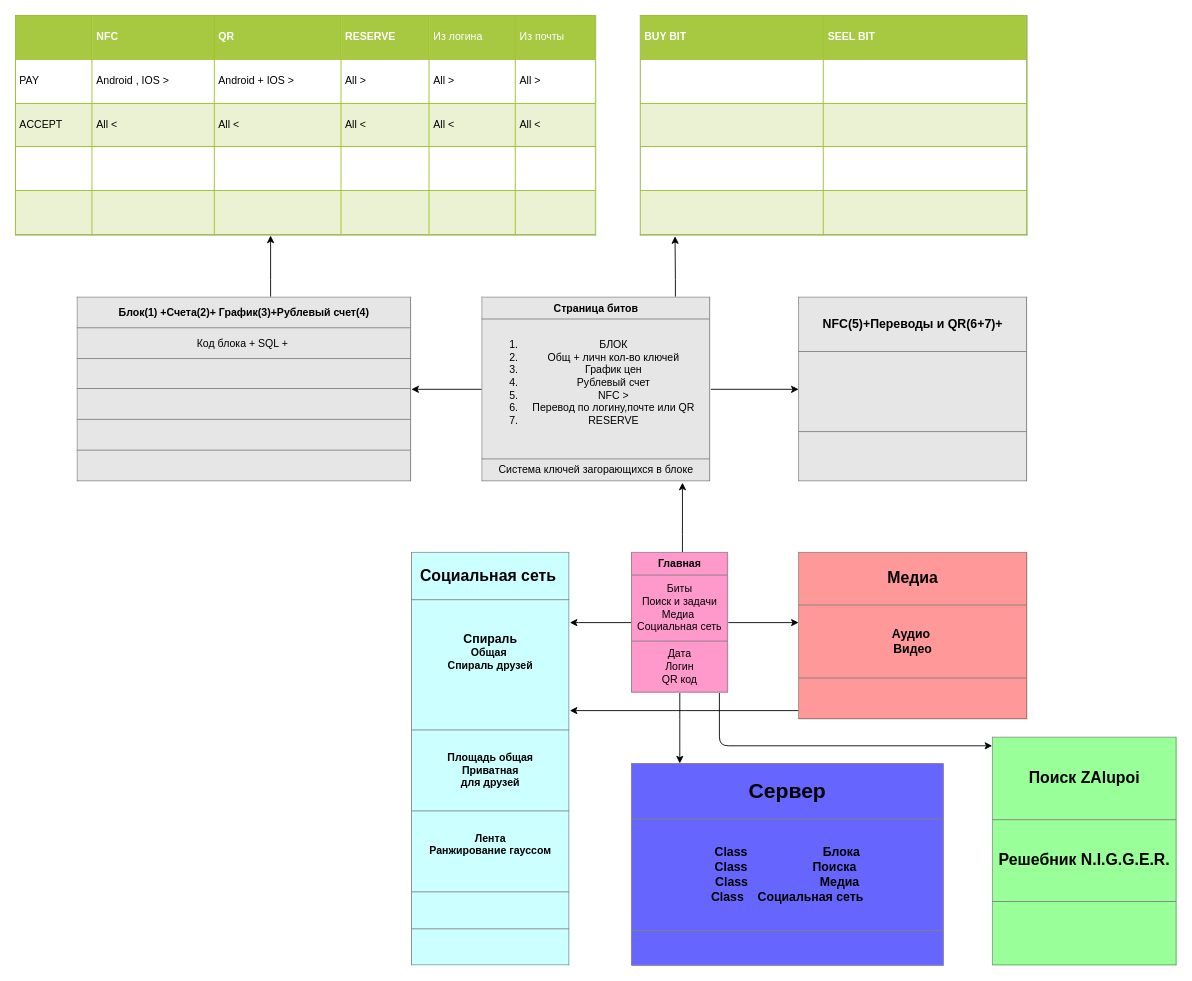
The draw.io diagram page "Page-1" (1 of 2) of Untitled Diagram.drawio in Process64/Project-Euler, before the edit. Source tidied: cells renumbered, new cells numbered last; positions are measured from the earlier drawing's top-left corner, leaving out a move shared by most shapes. Both pictures are drawn from the tidied source at 88%, with x=0, y=0 at pixel (15, 15).
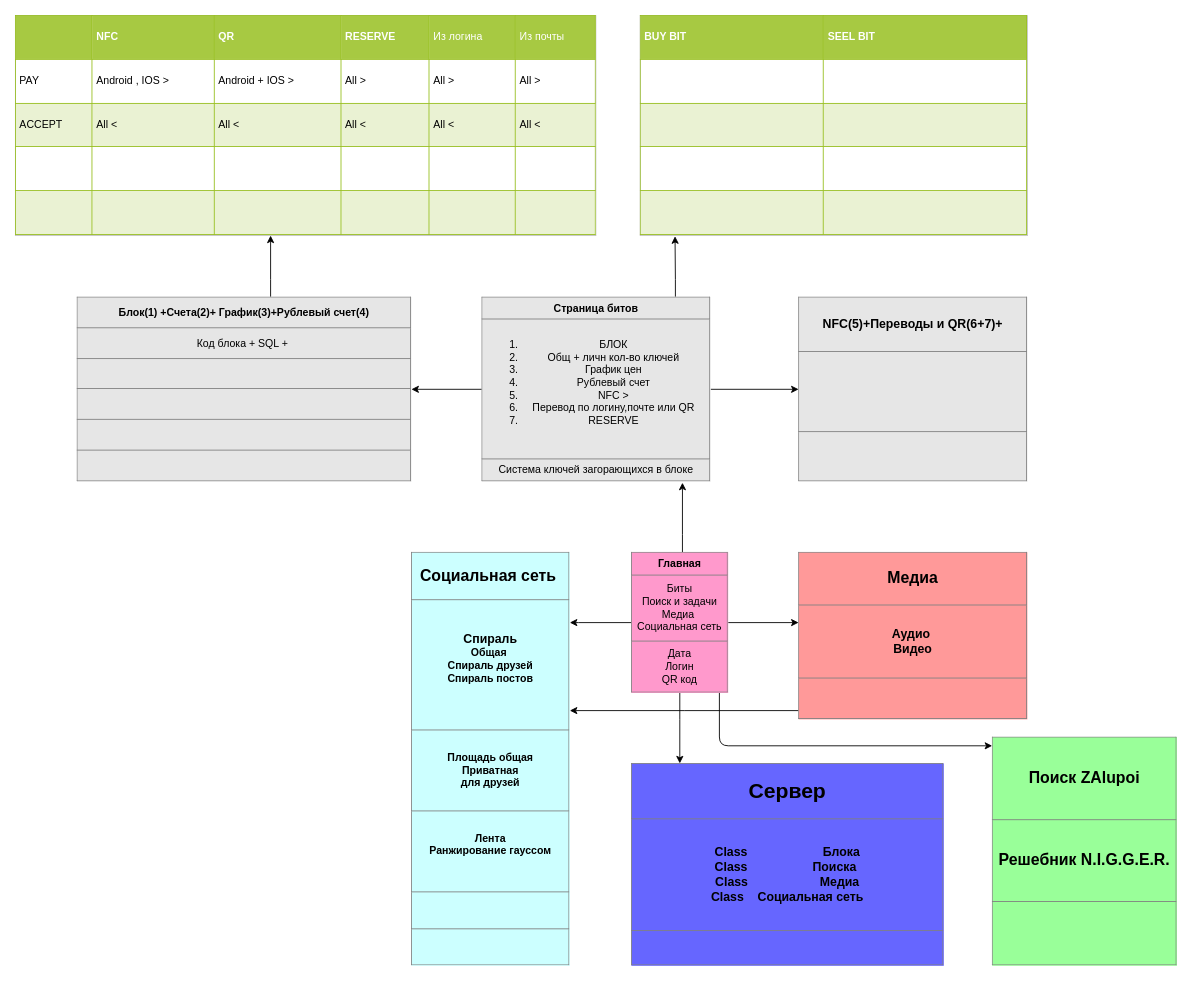
After the change.

What changed in the source:
```diff
@@
-    <mxCell id="17" value="&lt;table border=&quot;1&quot; width=&quot;100%&quot; cellpadding=&quot;4&quot; style=&quot;width: 100% ; height: 100% ; border-collapse: collapse&quot;&gt;&lt;tbody&gt;&lt;tr&gt;&lt;th align=&quot;center&quot;&gt;&lt;font style=&quot;font-size: 18px&quot;&gt;Социальная сеть&amp;nbsp;&lt;/font&gt;&lt;/th&gt;&lt;/tr&gt;&lt;tr&gt;&lt;td align=&quot;center&quot;&gt;&lt;b&gt;&lt;font style=&quot;font-size: 14px&quot;&gt;Спираль&lt;/font&gt;&lt;br&gt;Общая&amp;nbsp;&lt;br&gt;Спираль друзей&lt;br&gt;&lt;br&gt;&lt;br&gt;&lt;/b&gt;&lt;/td&gt;&lt;/tr&gt;&lt;tr&gt;&lt;td style=&quot;text-align: center&quot;&gt;&lt;b&gt;Площадь общая&lt;br&gt;Приватная&lt;br&gt;для друзей&lt;/b&gt;&lt;/td&gt;&lt;/tr&gt;&lt;tr&gt;&lt;td style=&quot;text-align: center&quot;&gt;&lt;b&gt;Лента&lt;br&gt;Ранжирование гауссом&lt;br&gt;&lt;br&gt;&lt;/b&gt;&lt;/td&gt;&lt;/tr&gt;&lt;tr&gt;&lt;td style=&quot;text-align: center&quot;&gt;&lt;br&gt;&lt;/td&gt;&lt;/tr&gt;&lt;tr&gt;&lt;td align=&quot;center&quot;&gt;&lt;br&gt;&lt;/td&gt;&lt;/tr&gt;&lt;/tbody&gt;&lt;/table&gt;" style="text;html=1;strokeColor=none;fillColor=#CCFFFF;overflow=fill;" parent="1" vertex="1">
+    <mxCell id="17" value="&lt;table border=&quot;1&quot; width=&quot;100%&quot; cellpadding=&quot;4&quot; style=&quot;width: 100% ; height: 100% ; border-collapse: collapse&quot;&gt;&lt;tbody&gt;&lt;tr&gt;&lt;th align=&quot;center&quot;&gt;&lt;font style=&quot;font-size: 18px&quot;&gt;Социальная сеть&amp;nbsp;&lt;/font&gt;&lt;/th&gt;&lt;/tr&gt;&lt;tr&gt;&lt;td align=&quot;center&quot;&gt;&lt;b&gt;&lt;font style=&quot;font-size: 14px&quot;&gt;Спираль&lt;/font&gt;&lt;br&gt;Общая&amp;nbsp;&lt;br&gt;Спираль друзей&lt;br&gt;Спираль постов&lt;br&gt;&lt;br&gt;&lt;/b&gt;&lt;/td&gt;&lt;/tr&gt;&lt;tr&gt;&lt;td style=&quot;text-align: center&quot;&gt;&lt;b&gt;Площадь общая&lt;br&gt;Приватная&lt;br&gt;для друзей&lt;/b&gt;&lt;/td&gt;&lt;/tr&gt;&lt;tr&gt;&lt;td style=&quot;text-align: center&quot;&gt;&lt;b&gt;Лента&lt;br&gt;Ранжирование гауссом&lt;br&gt;&lt;br&gt;&lt;/b&gt;&lt;/td&gt;&lt;/tr&gt;&lt;tr&gt;&lt;td style=&quot;text-align: center&quot;&gt;&lt;br&gt;&lt;/td&gt;&lt;/tr&gt;&lt;tr&gt;&lt;td align=&quot;center&quot;&gt;&lt;br&gt;&lt;/td&gt;&lt;/tr&gt;&lt;/tbody&gt;&lt;/table&gt;" style="text;html=1;strokeColor=none;fillColor=#CCFFFF;overflow=fill;" parent="1" vertex="1">
       <mxGeometry x="450" y="610" width="180" height="470" as="geometry" />
     </mxCell>
```
